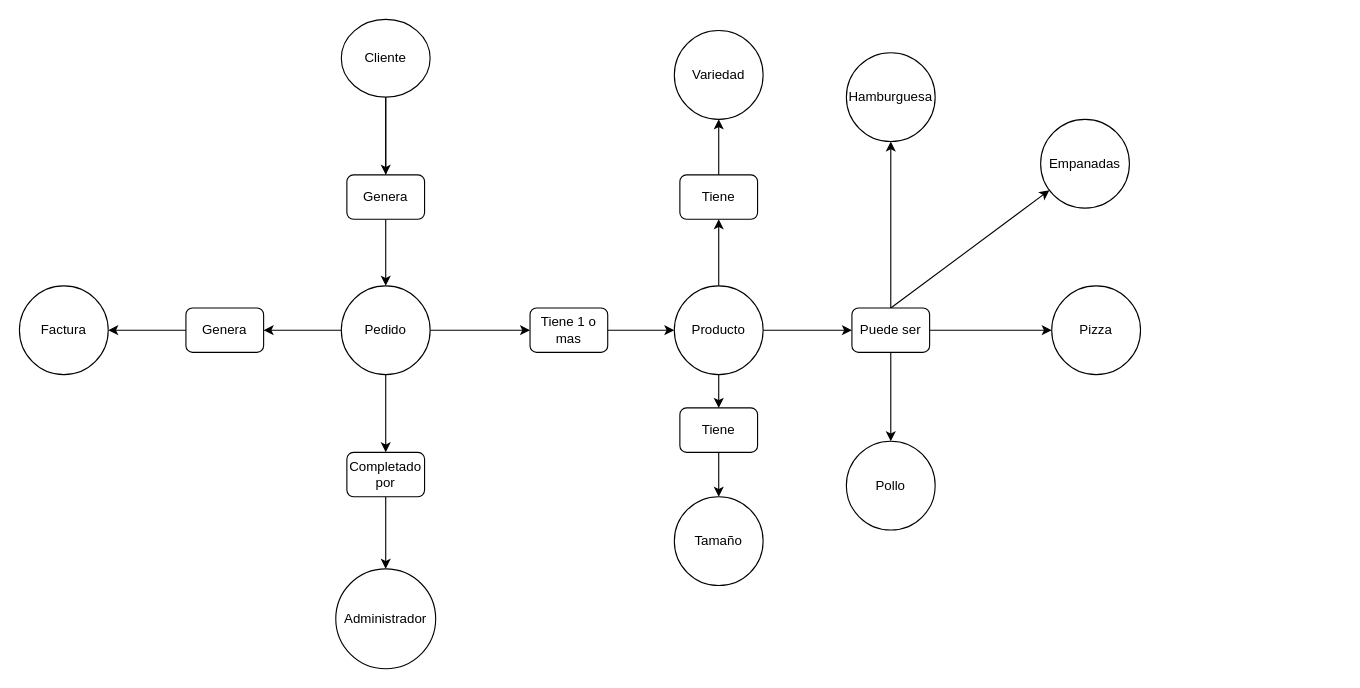
Before: Delivery.drawio in RailGun15/Programacion3-UTN, a draw.io diagram. Source tidied: cells renumbered, new cells numbered last; positions are measured from the earlier drawing's top-left corner, leaving out a move shared by most shapes. Both pictures are drawn from the tidied source at 111%, with x=0, y=0 at pixel (19, 19).
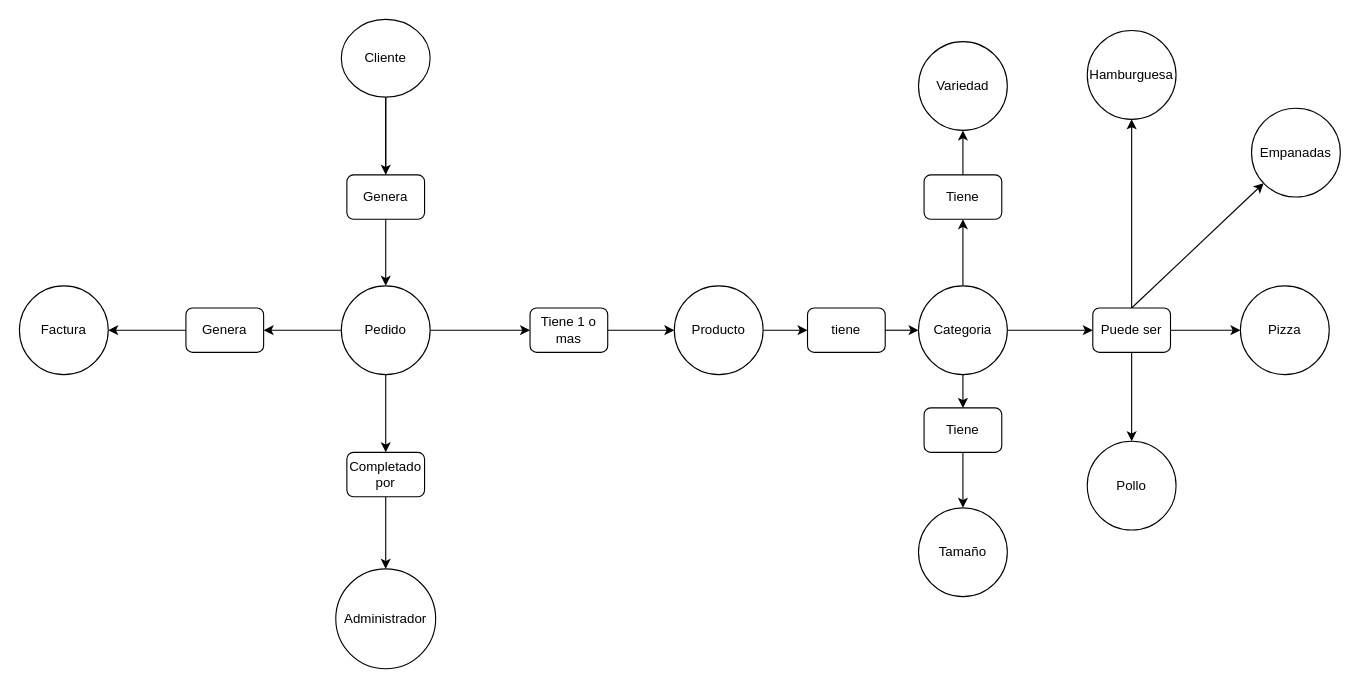
The same page after the edit.

Unchanged cells that the change refers to:
```xml
<mxCell id="25" value="Producto" style="ellipse;whiteSpace=wrap;html=1;" parent="1" vertex="1">
  <mxGeometry x="590" y="240" width="80" height="80" as="geometry" />
</mxCell>
```

What changed in the source:
```diff
@@
     <mxCell id="13" value="Pizza" style="ellipse;whiteSpace=wrap;html=1;" parent="1" vertex="1">
-      <mxGeometry x="930" y="240" width="80" height="80" as="geometry" />
+      <mxGeometry x="1100" y="240" width="80" height="80" as="geometry" />
     </mxCell>
@@
     <mxCell id="15" value="Empanadas" style="ellipse;whiteSpace=wrap;html=1;" parent="1" vertex="1">
-      <mxGeometry x="920" y="90" width="80" height="80" as="geometry" />
+      <mxGeometry x="1110" y="80" width="80" height="80" as="geometry" />
     </mxCell>
@@
     <mxCell id="22" value="Hamburguesa" style="ellipse;whiteSpace=wrap;html=1;" parent="1" vertex="1">
-      <mxGeometry x="745" y="30" width="80" height="80" as="geometry" />
+      <mxGeometry x="962" y="10" width="80" height="80" as="geometry" />
     </mxCell>
     <mxCell id="23" value="Pollo" style="ellipse;whiteSpace=wrap;html=1;" parent="1" vertex="1">
-      <mxGeometry x="745" y="380" width="80" height="80" as="geometry" />
+      <mxGeometry x="962" y="380" width="80" height="80" as="geometry" />
     </mxCell>
-    <mxCell id="24" style="edgeStyle=none;rounded=0;jettySize=auto;html=1;entryX=0;entryY=0.5;entryDx=0;entryDy=0;" parent="1" edge="1" source="25" target="27">
+    <mxCell id="24" style="edgeStyle=none;rounded=0;jettySize=auto;html=1;entryX=0;entryY=0.5;entryDx=0;entryDy=0;" parent="1" edge="1" source="25" target="40">
       <mxGeometry relative="1" as="geometry" />
     </mxCell>
@@
     <mxCell id="27" value="Puede ser" style="rounded=1;whiteSpace=wrap;html=1;" parent="1" vertex="1">
-      <mxGeometry x="750" y="260" width="70" height="40" as="geometry" />
+      <mxGeometry x="967" y="260" width="70" height="40" as="geometry" />
     </mxCell>
@@
     <mxCell id="30" value="Tiene" style="rounded=1;whiteSpace=wrap;html=1;" parent="1" vertex="1">
-      <mxGeometry x="595" y="140" width="70" height="40" as="geometry" />
+      <mxGeometry x="815" y="140" width="70" height="40" as="geometry" />
     </mxCell>
-    <mxCell id="31" style="rounded=0;jettySize=auto;html=1;entryX=0.5;entryY=1;entryDx=0;entryDy=0;exitX=0.5;exitY=0;exitDx=0;exitDy=0;" parent="1" edge="1" source="25" target="30">
+    <mxCell id="31" style="rounded=0;jettySize=auto;html=1;entryX=0.5;entryY=1;entryDx=0;entryDy=0;exitX=0.5;exitY=0;exitDx=0;exitDy=0;" parent="1" edge="1" source="38" target="30">
       <mxGeometry relative="1" as="geometry" />
     </mxCell>
     <mxCell id="32" value="Variedad" style="ellipse;whiteSpace=wrap;html=1;" parent="1" vertex="1">
-      <mxGeometry x="590" y="10" width="80" height="80" as="geometry" />
+      <mxGeometry x="810" y="20" width="80" height="80" as="geometry" />
     </mxCell>
@@
     <mxCell id="34" value="Tiene" style="rounded=1;whiteSpace=wrap;html=1;" parent="1" vertex="1">
-      <mxGeometry x="595" y="350" width="70" height="40" as="geometry" />
+      <mxGeometry x="815" y="350" width="70" height="40" as="geometry" />
     </mxCell>
     <mxCell id="35" value="Tamaño" style="ellipse;whiteSpace=wrap;html=1;" parent="1" vertex="1">
-      <mxGeometry x="590" y="430" width="80" height="80" as="geometry" />
+      <mxGeometry x="810" y="440" width="80" height="80" as="geometry" />
     </mxCell>
-    <mxCell id="36" style="edgeStyle=none;rounded=0;jettySize=auto;html=1;entryX=0.5;entryY=0;entryDx=0;entryDy=0;exitX=0.5;exitY=1;exitDx=0;exitDy=0;" parent="1" edge="1" source="25" target="34">
+    <mxCell id="36" style="edgeStyle=none;rounded=0;jettySize=auto;html=1;entryX=0.5;entryY=0;entryDx=0;entryDy=0;exitX=0.5;exitY=1;exitDx=0;exitDy=0;" parent="1" edge="1" source="38" target="34">
       <mxGeometry relative="1" as="geometry" />
     </mxCell>
@@
+    <mxCell id="38" value="Categoria" style="ellipse;whiteSpace=wrap;html=1;" parent="1" vertex="1">
+      <mxGeometry x="810" y="240" width="80" height="80" as="geometry" />
+    </mxCell>
+    <mxCell id="39" style="edgeStyle=none;rounded=0;jettySize=auto;html=1;entryX=0;entryY=0.5;entryDx=0;entryDy=0;exitX=1;exitY=0.5;exitDx=0;exitDy=0;" parent="1" edge="1" source="38" target="27">
+      <mxGeometry relative="1" as="geometry" />
+    </mxCell>
+    <mxCell id="40" value="tiene" style="rounded=1;whiteSpace=wrap;html=1;" parent="1" vertex="1">
+      <mxGeometry x="710" y="260" width="70" height="40" as="geometry" />
+    </mxCell>
+    <mxCell id="41" style="edgeStyle=none;rounded=0;jettySize=auto;html=1;entryX=0;entryY=0.5;entryDx=0;entryDy=0;exitX=1;exitY=0.5;exitDx=0;exitDy=0;" parent="1" edge="1" source="40" target="38">
+      <mxGeometry relative="1" as="geometry" />
+    </mxCell>
```
